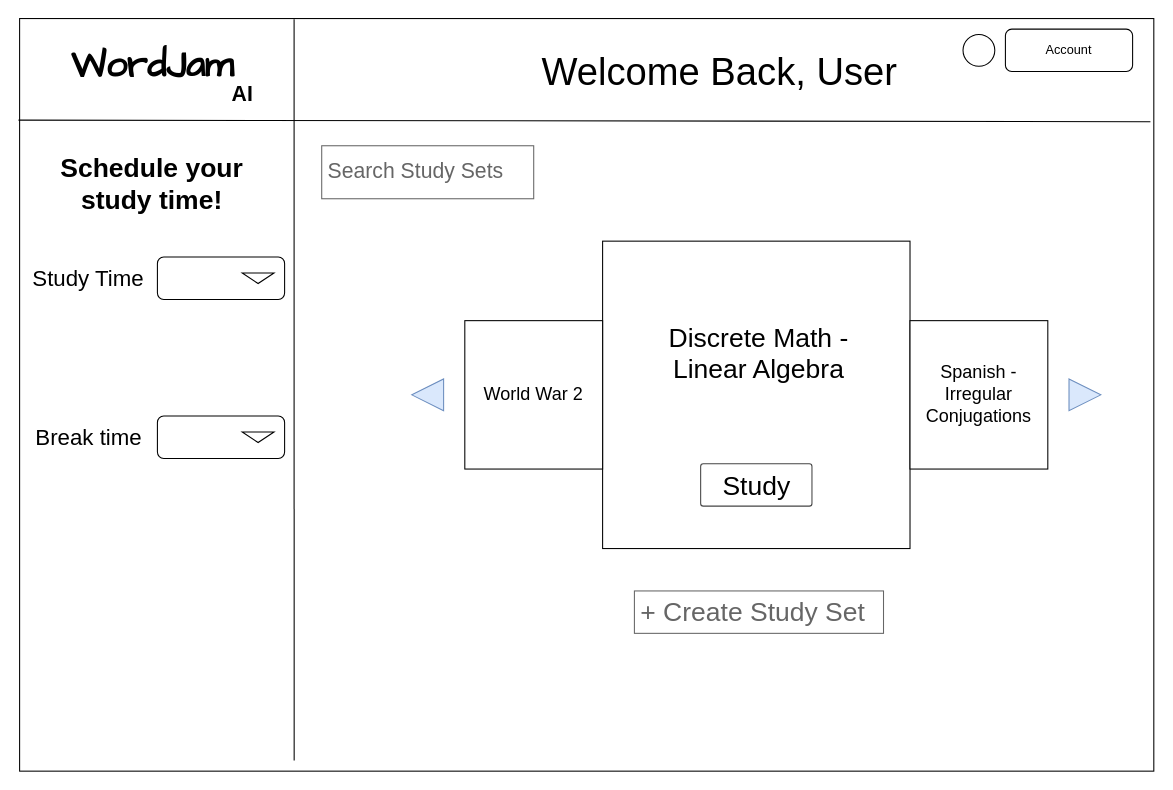
The draw.io diagram page "Homepage - select study time" (4 of 18) of 460prototype.drawio in mmeiser19/cpsc460, before the edit. Source tidied: cells renumbered, new cells numbered last; positions are measured from the earlier drawing's top-left corner, leaving out a move shared by most shapes. Both pictures are drawn from the tidied source at 106%, with x=0, y=0 at pixel (19, 18).
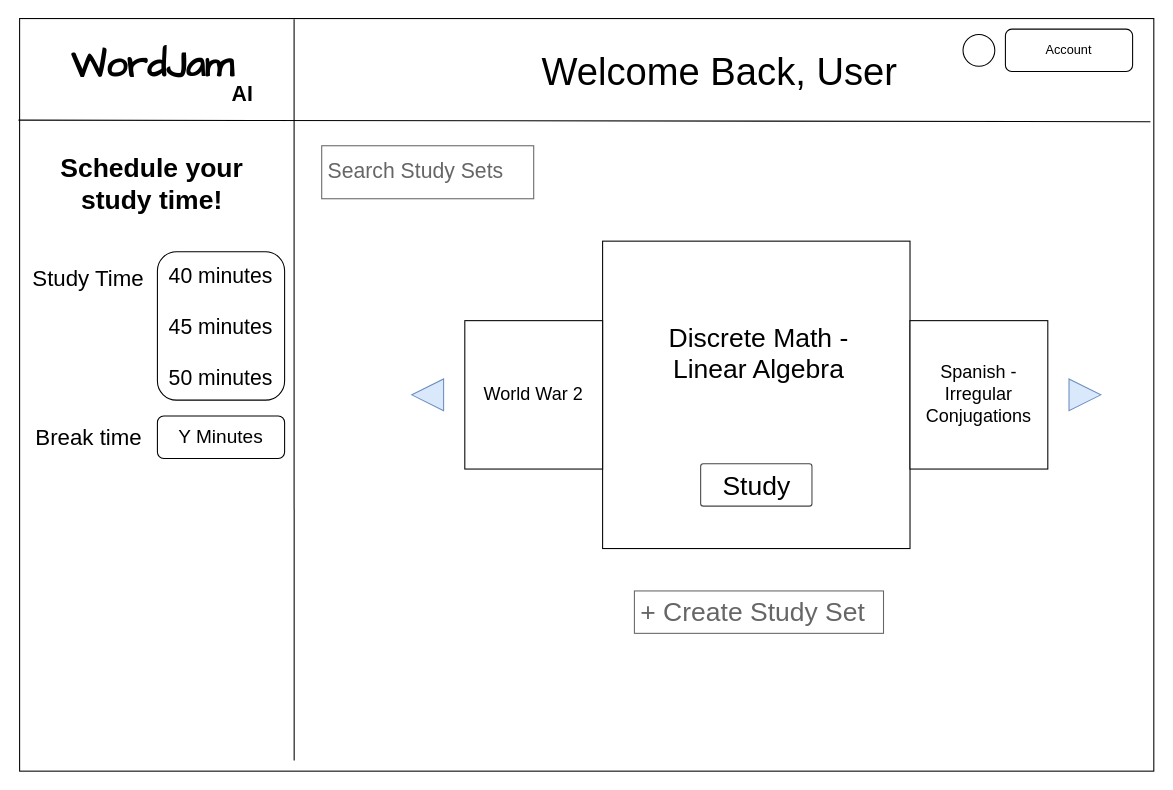
The same page after the edit.

Commit message:
set up scheduler

Diff of the diagram source:
```diff
@@
-    <mxCell id="23" style="rounded=1;whiteSpace=wrap;html=1;" parent="1" vertex="1">
-      <mxGeometry x="130" y="225" width="120" height="40" as="geometry" />
-    </mxCell>
-    <mxCell id="24" style="triangle;whiteSpace=wrap;html=1;direction=south;" parent="1" vertex="1">
-      <mxGeometry x="210" y="240" width="30" height="10" as="geometry" />
-    </mxCell>
@@
-    <mxCell id="26" style="rounded=1;whiteSpace=wrap;html=1;" parent="1" vertex="1">
+    <mxCell id="26" value="&lt;font style=&quot;font-size: 18px;&quot;&gt;Y Minutes&lt;/font&gt;" style="rounded=1;whiteSpace=wrap;html=1;" parent="1" vertex="1">
       <mxGeometry x="130" y="375" width="120" height="40" as="geometry" />
     </mxCell>
-    <mxCell id="27" style="triangle;whiteSpace=wrap;html=1;direction=south;" parent="1" vertex="1">
-      <mxGeometry x="210" y="390" width="30" height="10" as="geometry" />
-    </mxCell>
+    <mxCell id="28" value="&lt;div style=&quot;font-size: 20px;&quot;&gt;&lt;font style=&quot;font-size: 20px;&quot;&gt;40 minutes&lt;/font&gt;&lt;/div&gt;&lt;div style=&quot;font-size: 20px;&quot;&gt;&lt;font style=&quot;font-size: 20px;&quot;&gt;&lt;br&gt;&lt;/font&gt;&lt;/div&gt;&lt;div style=&quot;font-size: 20px;&quot;&gt;&lt;font style=&quot;font-size: 20px;&quot;&gt;45 minutes&lt;/font&gt;&lt;/div&gt;&lt;div style=&quot;font-size: 20px;&quot;&gt;&lt;font style=&quot;font-size: 20px;&quot;&gt;&lt;br&gt;&lt;/font&gt;&lt;/div&gt;&lt;div style=&quot;font-size: 20px;&quot;&gt;&lt;font style=&quot;font-size: 20px;&quot;&gt;50 minutes&lt;font style=&quot;font-size: 20px;&quot;&gt;&lt;br&gt;&lt;/font&gt;&lt;/font&gt;&lt;/div&gt;" style="rounded=1;whiteSpace=wrap;html=1;" parent="1" vertex="1">
+      <mxGeometry x="130" y="220" width="120" height="140" as="geometry" />
+    </mxCell>
```
